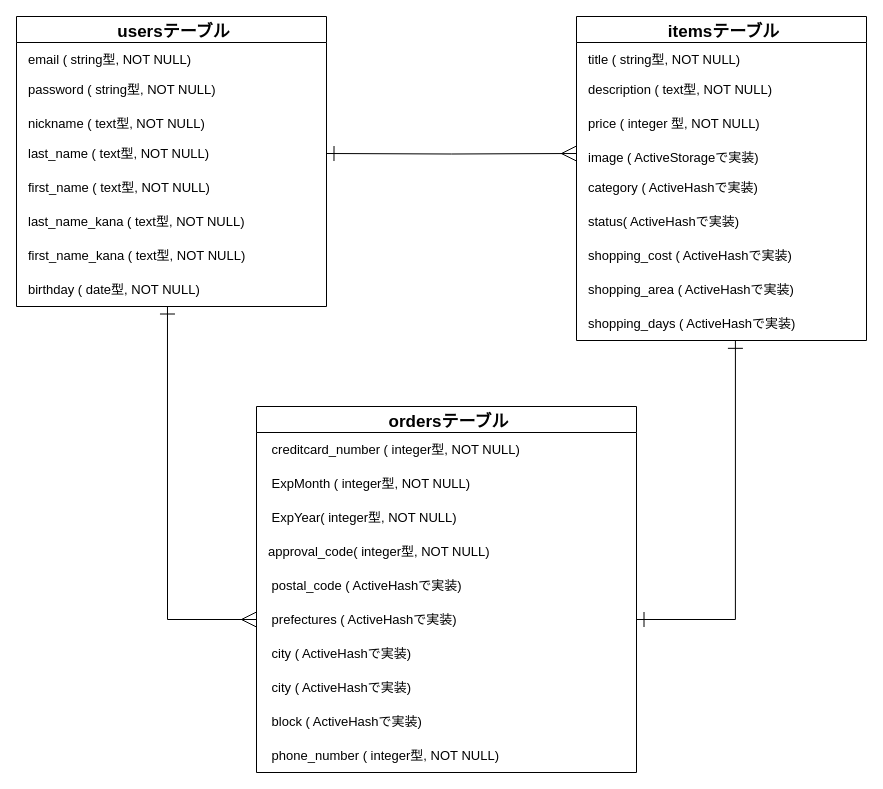
Above: app/views/furima.dio in shiorifujimoto/furima-32365 (draw.io), before the change. Source tidied: cells renumbered, new cells numbered last; positions are measured from the earlier drawing's top-left corner, leaving out a move shared by most shapes. Both pictures are drawn from the tidied source at 100%, with x=0, y=0 at pixel (16, 16).
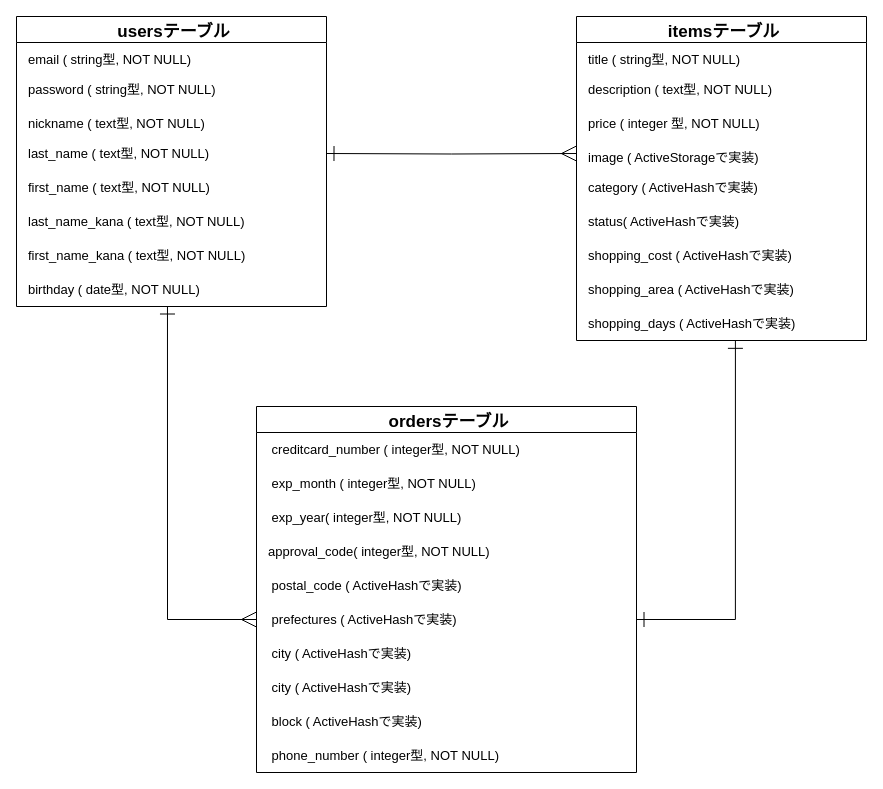
Above is the later version.

Commit message (it also covers changes not shown here):
テーブル設計の作成

The change refers to these unchanged cells:
```xml
<mxCell id="12" value="ordersテーブル" style="swimlane;fontStyle=1;horizontal=1;startSize=26;align=center;fontSize=17;spacingRight=2;spacingLeft=7;" parent="1" vertex="1">
  <mxGeometry x="240" y="390" width="380" height="366" as="geometry" />
</mxCell>
```

Change to the diagram source:
```diff
@@
-    <mxCell id="14" value=" ExpMonth ( integer型, NOT NULL)" style="text;strokeColor=none;fillColor=none;spacingLeft=7;spacingRight=2;overflow=hidden;fontSize=13;spacing=5;" parent="12" vertex="1">
+    <mxCell id="14" value=" exp_month ( integer型, NOT NULL)" style="text;strokeColor=none;fillColor=none;spacingLeft=7;spacingRight=2;overflow=hidden;fontSize=13;spacing=5;" parent="12" vertex="1">
       <mxGeometry y="60" width="380" height="34" as="geometry" />
     </mxCell>
-    <mxCell id="15" value=" ExpYear( integer型, NOT NULL)" style="text;strokeColor=none;fillColor=none;spacingLeft=7;spacingRight=2;overflow=hidden;fontSize=13;spacing=5;" parent="12" vertex="1">
+    <mxCell id="15" value=" exp_year( integer型, NOT NULL)" style="text;strokeColor=none;fillColor=none;spacingLeft=7;spacingRight=2;overflow=hidden;fontSize=13;spacing=5;" parent="12" vertex="1">
       <mxGeometry y="94" width="380" height="34" as="geometry" />
     </mxCell>
```
